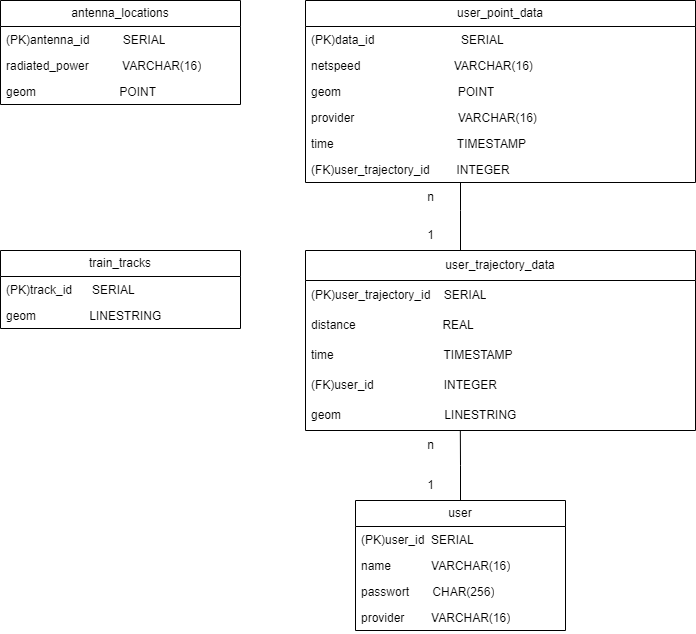
This is database/UML.png from Sinrai/GTA_2023_Project, a draw.io export, as it was before one commit. Source tidied: cells renumbered, new cells last; positions are measured from the earlier drawing's top-left corner, leaving out a move shared by most shapes.
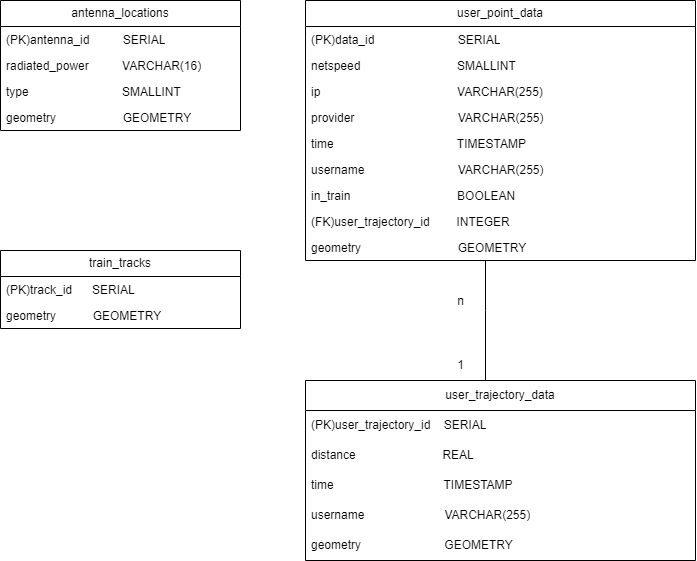
The same file after the commit.

What changed in the source:
```diff
@@ -3,7 +3,7 @@
     <mxCell id="0" />
     <mxCell id="1" parent="0" />
     <mxCell id="2" value="antenna_locations" style="swimlane;fontStyle=0;horizontal=1;startSize=26;fillColor=none;whiteSpace=wrap;html=1;" parent="1" vertex="1">
-      <mxGeometry width="240" height="104" as="geometry" />
+      <mxGeometry width="240" height="130" as="geometry" />
     </mxCell>
     <mxCell id="3" value="(PK)antenna_id&amp;nbsp; &amp;nbsp; &amp;nbsp; &amp;nbsp; &amp;nbsp; SERIAL" style="text;strokeColor=none;fillColor=none;align=left;verticalAlign=top;spacingLeft=4;spacingRight=4;overflow=hidden;whiteSpace=wrap;html=1;" parent="2" vertex="1">
       <mxGeometry y="26" width="240" height="26" as="geometry" />
@@ -11,70 +11,67 @@
     <mxCell id="4" value="radiated_power&amp;nbsp; &amp;nbsp; &amp;nbsp; &amp;nbsp; &amp;nbsp; VARCHAR(16)" style="text;strokeColor=none;fillColor=none;align=left;verticalAlign=top;spacingLeft=4;spacingRight=4;overflow=hidden;whiteSpace=wrap;html=1;" parent="2" vertex="1">
       <mxGeometry y="52" width="240" height="26" as="geometry" />
     </mxCell>
-    <mxCell id="5" value="geom&amp;nbsp; &amp;nbsp; &amp;nbsp; &amp;nbsp; &amp;nbsp; &amp;nbsp; &amp;nbsp; &amp;nbsp; &amp;nbsp; &amp;nbsp; &amp;nbsp; &amp;nbsp; &amp;nbsp;POINT" style="text;strokeColor=none;fillColor=none;align=left;verticalAlign=top;spacingLeft=4;spacingRight=4;overflow=hidden;whiteSpace=wrap;html=1;" parent="2" vertex="1">
+    <mxCell id="5" value="type&amp;nbsp; &amp;nbsp; &amp;nbsp; &amp;nbsp; &amp;nbsp; &amp;nbsp; &amp;nbsp; &amp;nbsp; &amp;nbsp; &amp;nbsp; &amp;nbsp; &amp;nbsp; &amp;nbsp; &amp;nbsp; SMALLINT&lt;br&gt;" style="text;strokeColor=none;fillColor=none;align=left;verticalAlign=top;spacingLeft=4;spacingRight=4;overflow=hidden;whiteSpace=wrap;html=1;" parent="2" vertex="1">
       <mxGeometry y="78" width="240" height="26" as="geometry" />
     </mxCell>
+    <mxCell id="33" value="geometry&amp;nbsp; &amp;nbsp; &amp;nbsp; &amp;nbsp; &amp;nbsp; &amp;nbsp; &amp;nbsp; &amp;nbsp; &amp;nbsp; &amp;nbsp; GEOMETRY" style="text;strokeColor=none;fillColor=none;align=left;verticalAlign=top;spacingLeft=4;spacingRight=4;overflow=hidden;whiteSpace=wrap;html=1;" parent="2" vertex="1">
+      <mxGeometry y="104" width="240" height="26" as="geometry" />
+    </mxCell>
     <mxCell id="6" value="train_tracks" style="swimlane;fontStyle=0;horizontal=1;startSize=26;fillColor=none;whiteSpace=wrap;html=1;" parent="1" vertex="1">
       <mxGeometry y="250" width="240" height="78" as="geometry" />
     </mxCell>
     <mxCell id="7" value="(PK)track_id&amp;nbsp; &amp;nbsp; &amp;nbsp; SERIAL" style="text;strokeColor=none;fillColor=none;align=left;verticalAlign=top;spacingLeft=4;spacingRight=4;overflow=hidden;whiteSpace=wrap;html=1;" parent="6" vertex="1">
       <mxGeometry y="26" width="240" height="26" as="geometry" />
     </mxCell>
-    <mxCell id="8" value="geom&amp;nbsp; &amp;nbsp; &amp;nbsp; &amp;nbsp; &amp;nbsp; &amp;nbsp; &amp;nbsp; &amp;nbsp; LINESTRING" style="text;strokeColor=none;fillColor=none;align=left;verticalAlign=top;spacingLeft=4;spacingRight=4;overflow=hidden;whiteSpace=wrap;html=1;" parent="6" vertex="1">
+    <mxCell id="8" value="geometry&amp;nbsp; &amp;nbsp; &amp;nbsp; &amp;nbsp; &amp;nbsp; &amp;nbsp;GEOMETRY" style="text;strokeColor=none;fillColor=none;align=left;verticalAlign=top;spacingLeft=4;spacingRight=4;overflow=hidden;whiteSpace=wrap;html=1;" parent="6" vertex="1">
       <mxGeometry y="52" width="240" height="26" as="geometry" />
     </mxCell>
     <mxCell id="9" style="edgeStyle=orthogonalEdgeStyle;rounded=0;jettySize=auto;html=1;endArrow=none;endFill=0;" parent="1" edge="1" source="10" target="24">
       <mxGeometry relative="1" as="geometry">
         <Array as="points">
-          <mxPoint x="460" y="210" />
-          <mxPoint x="460" y="210" />
+          <mxPoint x="485" y="310" />
+          <mxPoint x="485" y="310" />
         </Array>
       </mxGeometry>
     </mxCell>
     <mxCell id="10" value="user_point_data" style="swimlane;fontStyle=0;horizontal=1;startSize=26;fillColor=none;whiteSpace=wrap;html=1;" parent="1" vertex="1">
-      <mxGeometry x="305" width="390" height="182" as="geometry" />
+      <mxGeometry x="305" width="390" height="260" as="geometry" />
     </mxCell>
-    <mxCell id="11" value="(PK)data_id&amp;nbsp; &amp;nbsp; &amp;nbsp; &amp;nbsp; &amp;nbsp; &amp;nbsp; &amp;nbsp; &amp;nbsp; &amp;nbsp; &amp;nbsp; &amp;nbsp; &amp;nbsp; &amp;nbsp; SERIAL" style="text;strokeColor=none;fillColor=none;align=left;verticalAlign=top;spacingLeft=4;spacingRight=4;overflow=hidden;whiteSpace=wrap;html=1;" parent="10" vertex="1">
+    <mxCell id="11" value="(PK)data_id&amp;nbsp; &amp;nbsp; &amp;nbsp; &amp;nbsp; &amp;nbsp; &amp;nbsp; &amp;nbsp; &amp;nbsp; &amp;nbsp; &amp;nbsp; &amp;nbsp; &amp;nbsp; &amp;nbsp;SERIAL" style="text;strokeColor=none;fillColor=none;align=left;verticalAlign=top;spacingLeft=4;spacingRight=4;overflow=hidden;whiteSpace=wrap;html=1;" parent="10" vertex="1">
       <mxGeometry y="26" width="390" height="26" as="geometry" />
     </mxCell>
-    <mxCell id="12" value="netspeed&amp;nbsp; &amp;nbsp; &amp;nbsp; &amp;nbsp; &amp;nbsp; &amp;nbsp; &amp;nbsp; &amp;nbsp; &amp;nbsp; &amp;nbsp; &amp;nbsp; &amp;nbsp; &amp;nbsp; &amp;nbsp; VARCHAR(16)" style="text;strokeColor=none;fillColor=none;align=left;verticalAlign=top;spacingLeft=4;spacingRight=4;overflow=hidden;whiteSpace=wrap;html=1;" parent="10" vertex="1">
+    <mxCell id="12" value="netspeed&amp;nbsp; &amp;nbsp; &amp;nbsp; &amp;nbsp; &amp;nbsp; &amp;nbsp; &amp;nbsp; &amp;nbsp; &amp;nbsp; &amp;nbsp; &amp;nbsp; &amp;nbsp; &amp;nbsp; &amp;nbsp; &amp;nbsp;SMALLINT" style="text;strokeColor=none;fillColor=none;align=left;verticalAlign=top;spacingLeft=4;spacingRight=4;overflow=hidden;whiteSpace=wrap;html=1;" parent="10" vertex="1">
       <mxGeometry y="52" width="390" height="26" as="geometry" />
     </mxCell>
-    <mxCell id="13" value="geom&amp;nbsp; &amp;nbsp; &amp;nbsp; &amp;nbsp; &amp;nbsp; &amp;nbsp; &amp;nbsp; &amp;nbsp; &amp;nbsp; &amp;nbsp; &amp;nbsp; &amp;nbsp; &amp;nbsp; &amp;nbsp; &amp;nbsp; &amp;nbsp; &amp;nbsp; &amp;nbsp;POINT" style="text;strokeColor=none;fillColor=none;align=left;verticalAlign=top;spacingLeft=4;spacingRight=4;overflow=hidden;whiteSpace=wrap;html=1;" parent="10" vertex="1">
-      <mxGeometry y="78" width="390" height="26" as="geometry" />
-    </mxCell>
+    <mxCell id="34" value="ip&amp;nbsp; &amp;nbsp; &amp;nbsp; &amp;nbsp; &amp;nbsp; &amp;nbsp; &amp;nbsp; &amp;nbsp; &amp;nbsp; &amp;nbsp; &amp;nbsp; &amp;nbsp; &amp;nbsp; &amp;nbsp; &amp;nbsp; &amp;nbsp; &amp;nbsp; &amp;nbsp; &amp;nbsp; &amp;nbsp; &amp;nbsp;VARCHAR(255)" style="text;strokeColor=none;fillColor=none;align=left;verticalAlign=top;spacingLeft=4;spacingRight=4;overflow=hidden;whiteSpace=wrap;html=1;" parent="10" vertex="1">
+      <mxGeometry y="78" width="390" height="26" as="geometry" />
+    </mxCell>
-    <mxCell id="14" value="provider&amp;nbsp; &amp;nbsp; &amp;nbsp; &amp;nbsp; &amp;nbsp; &amp;nbsp; &amp;nbsp; &amp;nbsp; &amp;nbsp; &amp;nbsp; &amp;nbsp; &amp;nbsp; &amp;nbsp; &amp;nbsp; &amp;nbsp; &amp;nbsp;VARCHAR(16)" style="text;strokeColor=none;fillColor=none;align=left;verticalAlign=top;spacingLeft=4;spacingRight=4;overflow=hidden;whiteSpace=wrap;html=1;" parent="10" vertex="1">
+    <mxCell id="14" value="provider&amp;nbsp; &amp;nbsp; &amp;nbsp; &amp;nbsp; &amp;nbsp; &amp;nbsp; &amp;nbsp; &amp;nbsp; &amp;nbsp; &amp;nbsp; &amp;nbsp; &amp;nbsp; &amp;nbsp; &amp;nbsp; &amp;nbsp; &amp;nbsp;VARCHAR(255)" style="text;strokeColor=none;fillColor=none;align=left;verticalAlign=top;spacingLeft=4;spacingRight=4;overflow=hidden;whiteSpace=wrap;html=1;" parent="10" vertex="1">
       <mxGeometry y="104" width="390" height="26" as="geometry" />
     </mxCell>
     <mxCell id="15" value="time&amp;nbsp; &amp;nbsp; &amp;nbsp; &amp;nbsp; &amp;nbsp; &amp;nbsp; &amp;nbsp; &amp;nbsp; &amp;nbsp; &amp;nbsp; &amp;nbsp; &amp;nbsp; &amp;nbsp; &amp;nbsp; &amp;nbsp; &amp;nbsp; &amp;nbsp; &amp;nbsp; &amp;nbsp;TIMESTAMP" style="text;strokeColor=none;fillColor=none;align=left;verticalAlign=top;spacingLeft=4;spacingRight=4;overflow=hidden;whiteSpace=wrap;html=1;" parent="10" vertex="1">
       <mxGeometry y="130" width="390" height="26" as="geometry" />
     </mxCell>
+    <mxCell id="35" value="username&amp;nbsp; &amp;nbsp; &amp;nbsp; &amp;nbsp; &amp;nbsp; &amp;nbsp; &amp;nbsp; &amp;nbsp; &amp;nbsp; &amp;nbsp; &amp;nbsp; &amp;nbsp; &amp;nbsp; &amp;nbsp; VARCHAR(255)&amp;nbsp;" style="text;strokeColor=none;fillColor=none;align=left;verticalAlign=top;spacingLeft=4;spacingRight=4;overflow=hidden;whiteSpace=wrap;html=1;" parent="10" vertex="1">
+      <mxGeometry y="156" width="390" height="26" as="geometry" />
+    </mxCell>
+    <mxCell id="36" value="in_train&amp;nbsp; &amp;nbsp; &amp;nbsp; &amp;nbsp; &amp;nbsp; &amp;nbsp; &amp;nbsp; &amp;nbsp; &amp;nbsp; &amp;nbsp; &amp;nbsp; &amp;nbsp; &amp;nbsp; &amp;nbsp; &amp;nbsp; &amp;nbsp; BOOLEAN" style="text;strokeColor=none;fillColor=none;align=left;verticalAlign=top;spacingLeft=4;spacingRight=4;overflow=hidden;whiteSpace=wrap;html=1;" parent="10" vertex="1">
+      <mxGeometry y="182" width="390" height="26" as="geometry" />
+    </mxCell>
     <mxCell id="16" value="(FK)user_trajectory_id&amp;nbsp; &amp;nbsp; &amp;nbsp; &amp;nbsp; INTEGER" style="text;strokeColor=none;fillColor=none;align=left;verticalAlign=top;spacingLeft=4;spacingRight=4;overflow=hidden;whiteSpace=wrap;html=1;" parent="10" vertex="1">
-      <mxGeometry y="156" width="390" height="26" as="geometry" />
+      <mxGeometry y="208" width="390" height="26" as="geometry" />
     </mxCell>
-    <mxCell id="17" value="user" style="swimlane;fontStyle=0;horizontal=1;startSize=26;fillColor=none;whiteSpace=wrap;html=1;" parent="1" vertex="1">
-      <mxGeometry x="355" y="500" width="210" height="130" as="geometry" />
-    </mxCell>
-    <mxCell id="18" value="(PK)user_id&amp;nbsp; SERIAL" style="text;strokeColor=none;fillColor=none;align=left;verticalAlign=top;spacingLeft=4;spacingRight=4;overflow=hidden;whiteSpace=wrap;html=1;" parent="17" vertex="1">
-      <mxGeometry y="26" width="210" height="26" as="geometry" />
-    </mxCell>
-    <mxCell id="19" value="name&amp;nbsp; &amp;nbsp; &amp;nbsp; &amp;nbsp; &amp;nbsp; &amp;nbsp; VARCHAR(16)" style="text;strokeColor=none;fillColor=none;align=left;verticalAlign=top;spacingLeft=4;spacingRight=4;overflow=hidden;whiteSpace=wrap;html=1;" parent="17" vertex="1">
-      <mxGeometry y="52" width="210" height="26" as="geometry" />
-    </mxCell>
-    <mxCell id="20" value="passwort&amp;nbsp; &amp;nbsp; &amp;nbsp; &amp;nbsp;CHAR(256)" style="text;strokeColor=none;fillColor=none;align=left;verticalAlign=top;spacingLeft=4;spacingRight=4;overflow=hidden;whiteSpace=wrap;html=1;" parent="17" vertex="1">
-      <mxGeometry y="78" width="210" height="26" as="geometry" />
-    </mxCell>
-    <mxCell id="21" value="provider&amp;nbsp; &amp;nbsp; &amp;nbsp; &amp;nbsp; VARCHAR(16)" style="text;strokeColor=none;fillColor=none;align=left;verticalAlign=top;spacingLeft=4;spacingRight=4;overflow=hidden;whiteSpace=wrap;html=1;" parent="17" vertex="1">
-      <mxGeometry y="104" width="210" height="26" as="geometry" />
-    </mxCell>
+    <mxCell id="37" value="geometry&amp;nbsp; &amp;nbsp; &amp;nbsp; &amp;nbsp; &amp;nbsp; &amp;nbsp; &amp;nbsp; &amp;nbsp; &amp;nbsp; &amp;nbsp; &amp;nbsp; &amp;nbsp; &amp;nbsp; &amp;nbsp; &amp;nbsp;GEOMETRY" style="text;strokeColor=none;fillColor=none;align=left;verticalAlign=top;spacingLeft=4;spacingRight=4;overflow=hidden;whiteSpace=wrap;html=1;" parent="10" vertex="1">
+      <mxGeometry y="234" width="390" height="26" as="geometry" />
+    </mxCell>
     <mxCell id="22" value="n" style="text;html=1;align=center;verticalAlign=middle;strokeColor=none;fillColor=none;rotation=0;" parent="1" vertex="1">
-      <mxGeometry x="415" y="182" width="30" height="30" as="geometry" />
+      <mxGeometry x="445" y="286" width="30" height="30" as="geometry" />
     </mxCell>
     <mxCell id="23" value="1" style="text;html=1;align=center;verticalAlign=middle;strokeColor=none;fillColor=none;" parent="1" vertex="1">
-      <mxGeometry x="415" y="220" width="30" height="30" as="geometry" />
+      <mxGeometry x="445" y="350" width="30" height="30" as="geometry" />
     </mxCell>
-    <mxCell id="24" value="user_trajectory_data" style="swimlane;fontStyle=0;horizontal=1;startSize=30;whiteSpace=wrap;html=1;" parent="1" vertex="1">
-      <mxGeometry x="305" y="250" width="390" height="180" as="geometry" />
+    <mxCell id="24" value="user_trajectory_data" style="swimlane;fontStyle=0;horizontal=1;startSize=30;whiteSpace=wrap;html=1;fillColor=none;" parent="1" vertex="1">
+      <mxGeometry x="305" y="380" width="390" height="180" as="geometry" />
     </mxCell>
     <mxCell id="25" value="(PK)user_trajectory_id&amp;nbsp; &amp;nbsp; SERIAL" style="text;strokeColor=none;fillColor=none;align=left;verticalAlign=middle;spacingLeft=4;spacingRight=4;overflow=hidden;whiteSpace=wrap;html=1;" parent="24" vertex="1">
       <mxGeometry y="30" width="390" height="30" as="geometry" />
@@ -85,20 +82,11 @@
     <mxCell id="27" value="time&amp;nbsp; &amp;nbsp; &amp;nbsp; &amp;nbsp; &amp;nbsp; &amp;nbsp; &amp;nbsp; &amp;nbsp; &amp;nbsp; &amp;nbsp; &amp;nbsp; &amp;nbsp; &amp;nbsp; &amp;nbsp; &amp;nbsp; &amp;nbsp; &amp;nbsp;TIMESTAMP" style="text;strokeColor=none;fillColor=none;align=left;verticalAlign=middle;spacingLeft=4;spacingRight=4;overflow=hidden;whiteSpace=wrap;html=1;" parent="24" vertex="1">
       <mxGeometry y="90" width="390" height="30" as="geometry" />
     </mxCell>
-    <mxCell id="28" value="(FK)user_id&amp;nbsp; &amp;nbsp; &amp;nbsp; &amp;nbsp; &amp;nbsp; &amp;nbsp; &amp;nbsp; &amp;nbsp; &amp;nbsp; &amp;nbsp; &amp;nbsp;INTEGER" style="text;strokeColor=none;fillColor=none;align=left;verticalAlign=middle;spacingLeft=4;spacingRight=4;overflow=hidden;whiteSpace=wrap;html=1;" parent="24" vertex="1">
+    <mxCell id="28" value="username&amp;nbsp; &amp;nbsp; &amp;nbsp; &amp;nbsp; &amp;nbsp; &amp;nbsp; &amp;nbsp; &amp;nbsp; &amp;nbsp; &amp;nbsp; &amp;nbsp; &amp;nbsp; VARCHAR(255)" style="text;strokeColor=none;fillColor=none;align=left;verticalAlign=middle;spacingLeft=4;spacingRight=4;overflow=hidden;whiteSpace=wrap;html=1;" parent="24" vertex="1">
       <mxGeometry y="120" width="390" height="30" as="geometry" />
     </mxCell>
-    <mxCell id="29" value="geom&amp;nbsp; &amp;nbsp; &amp;nbsp; &amp;nbsp; &amp;nbsp; &amp;nbsp; &amp;nbsp; &amp;nbsp; &amp;nbsp; &amp;nbsp; &amp;nbsp; &amp;nbsp; &amp;nbsp; &amp;nbsp; &amp;nbsp; &amp;nbsp;LINESTRING" style="text;strokeColor=none;fillColor=none;align=left;verticalAlign=middle;spacingLeft=4;spacingRight=4;overflow=hidden;points=[[0,0.5],[1,0.5]];portConstraint=eastwest;whiteSpace=wrap;html=1;" parent="24" vertex="1">
+    <mxCell id="29" value="geometry&amp;nbsp; &amp;nbsp; &amp;nbsp; &amp;nbsp; &amp;nbsp; &amp;nbsp; &amp;nbsp; &amp;nbsp; &amp;nbsp; &amp;nbsp; &amp;nbsp; &amp;nbsp; &amp;nbsp;GEOMETRY" style="text;strokeColor=none;fillColor=none;align=left;verticalAlign=middle;spacingLeft=4;spacingRight=4;overflow=hidden;points=[[0,0.5],[1,0.5]];portConstraint=eastwest;whiteSpace=wrap;html=1;" parent="24" vertex="1">
       <mxGeometry y="150" width="390" height="30" as="geometry" />
     </mxCell>
-    <mxCell id="30" value="n" style="text;html=1;align=center;verticalAlign=middle;strokeColor=none;fillColor=none;" parent="1" vertex="1">
-      <mxGeometry x="415" y="430" width="30" height="30" as="geometry" />
-    </mxCell>
-    <mxCell id="31" value="1" style="text;html=1;align=center;verticalAlign=middle;strokeColor=none;fillColor=none;rotation=0;" parent="1" vertex="1">
-      <mxGeometry x="415" y="470" width="30" height="30" as="geometry" />
-    </mxCell>
-    <mxCell id="32" style="edgeStyle=orthogonalEdgeStyle;rounded=0;jettySize=auto;html=1;entryX=0.397;entryY=1;entryDx=0;entryDy=0;entryPerimeter=0;endArrow=none;endFill=0;" parent="1" edge="1" source="17" target="29">
-      <mxGeometry relative="1" as="geometry" />
-    </mxCell>
   </root>
 </mxGraphModel>
```
